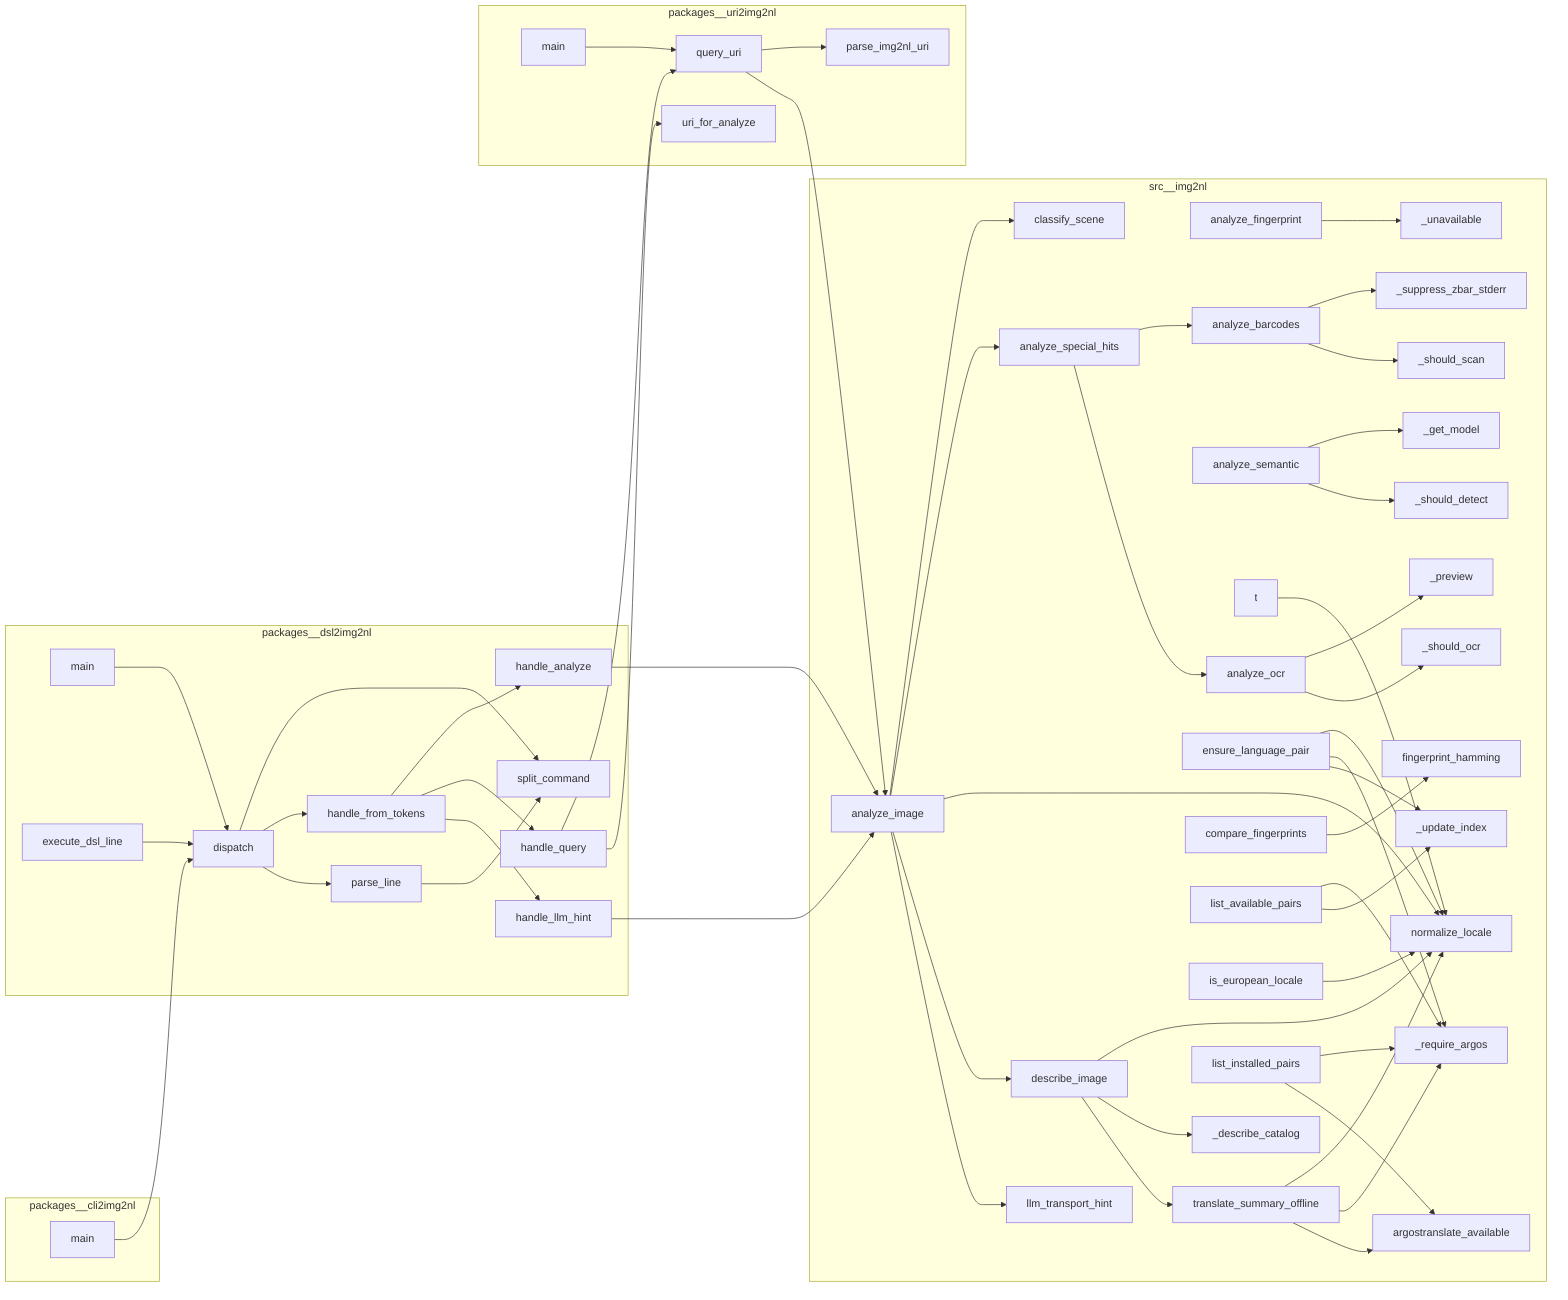
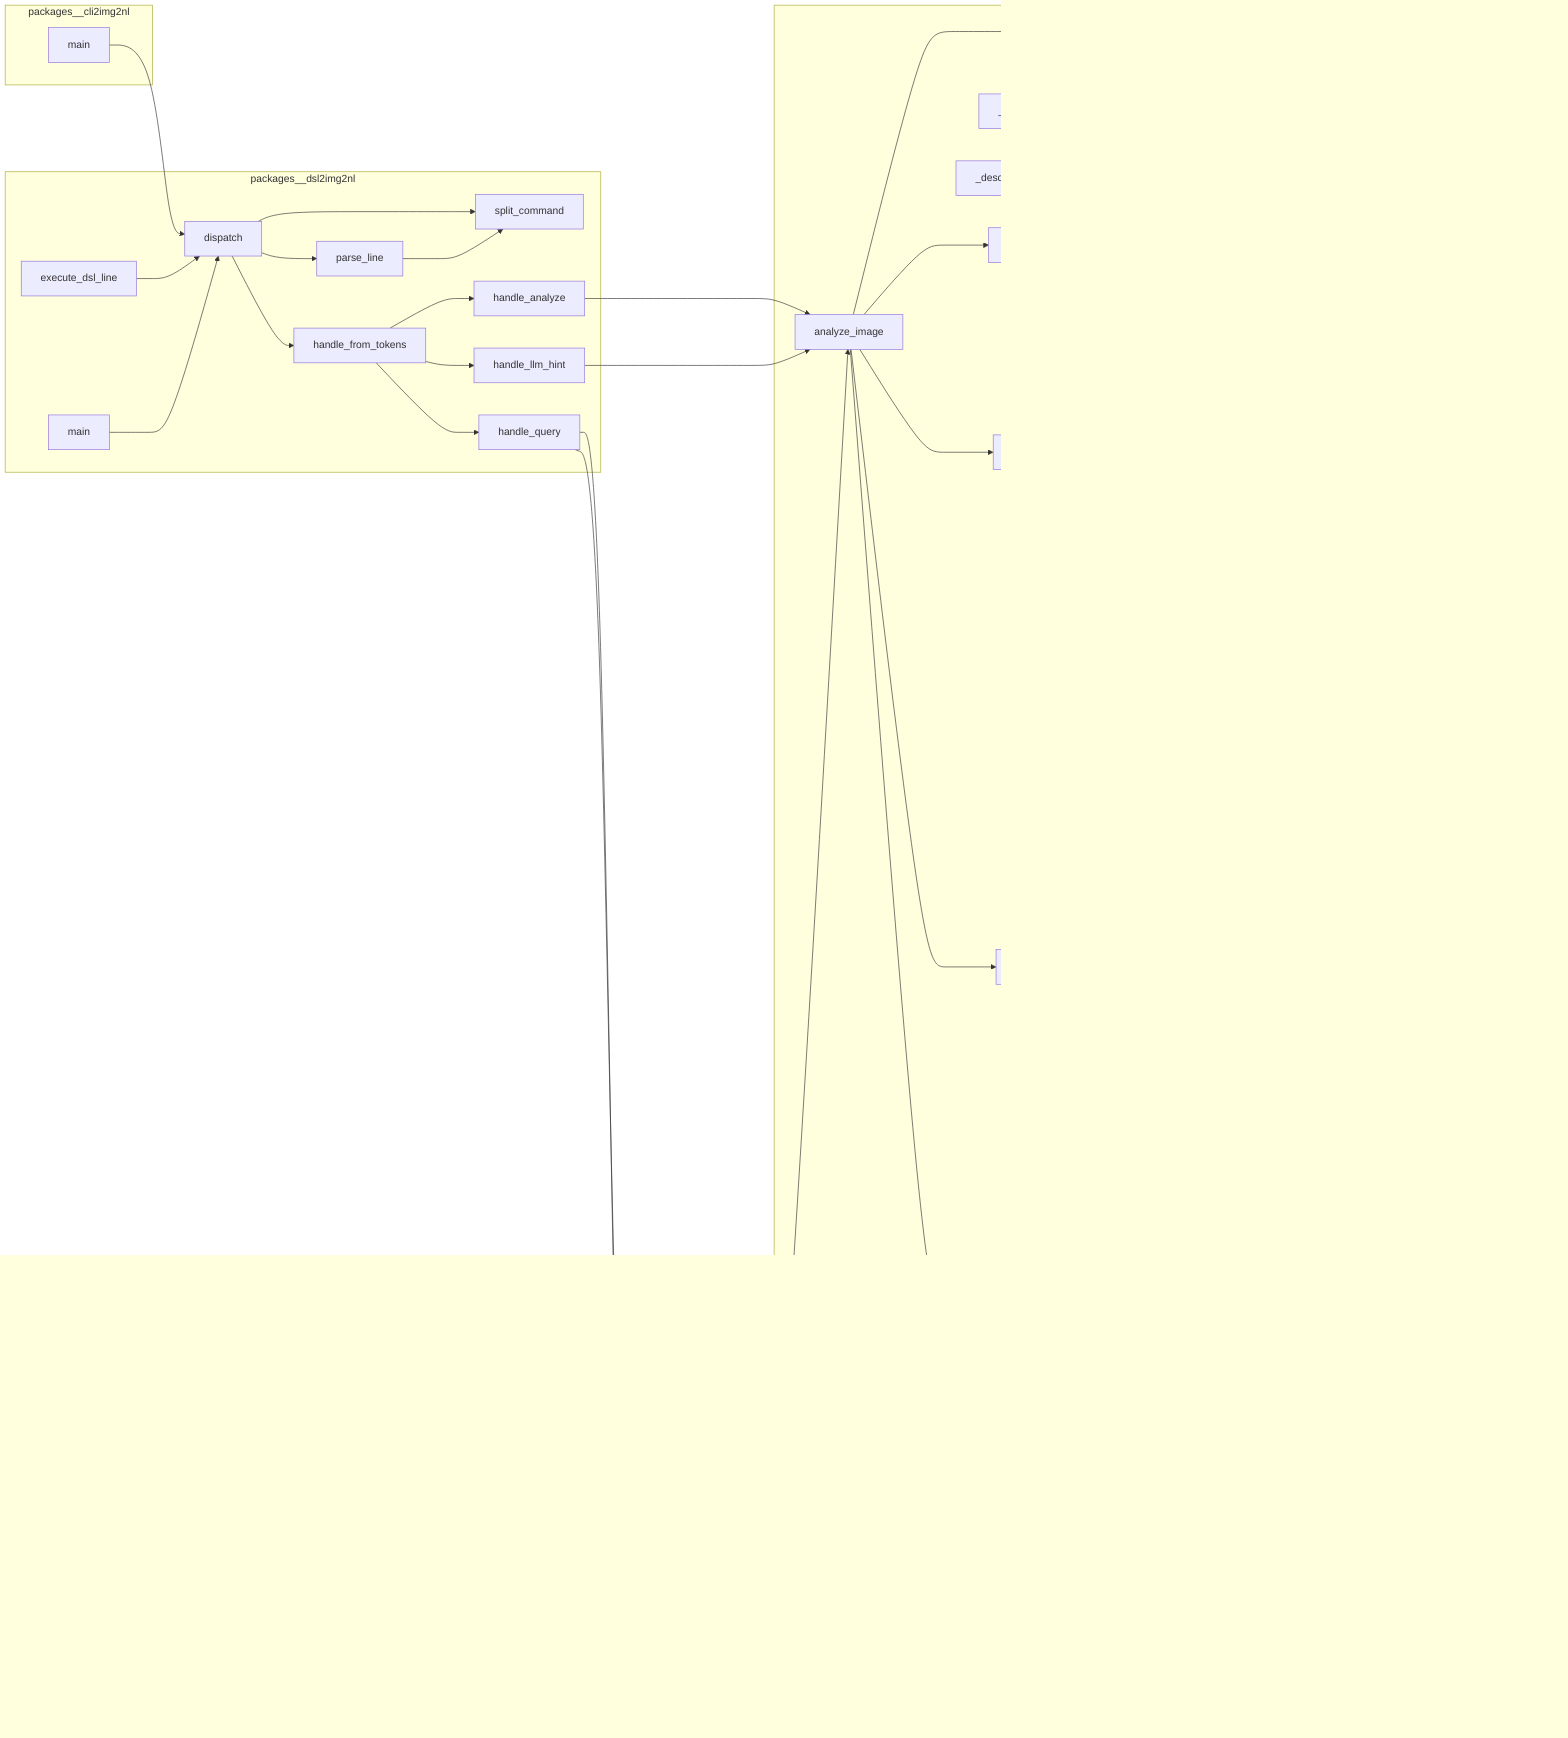
flowchart LR
%% generated in 0.01s
    subgraph packages__cli2img2nl
        packages__cli2img2nl__src__cli2img2nl__cli__main["main"]
    end
    subgraph packages__dsl2img2nl
+         packages__dsl2img2nl__src__dsl2img2nl__bus__dispatch["dispatch"]
        packages__dsl2img2nl__src__dsl2img2nl__cli__main["main"]
        packages__dsl2img2nl__src__dsl2img2nl__grammar__parse_line["parse_line"]
-         packages__dsl2img2nl__src__dsl2img2nl__bus__dispatch["dispatch"]
+         packages__dsl2img2nl__src__dsl2img2nl__grammar__split_command["split_command"]
+         packages__dsl2img2nl__src__dsl2img2nl__handlers__handle_llm_hint["handle_llm_hint"]
+         packages__dsl2img2nl__src__dsl2img2nl__bus__execute_dsl_line["execute_dsl_line"]
+         packages__dsl2img2nl__src__dsl2img2nl__handlers__handle_query["handle_query"]
+         packages__dsl2img2nl__src__dsl2img2nl__handlers__handle_from_tokens["handle_from_tokens"]
        packages__dsl2img2nl__src__dsl2img2nl__handlers__handle_analyze["handle_analyze"]
-         packages__dsl2img2nl__src__dsl2img2nl__handlers__handle_from_tokens["handle_from_tokens"]
-         packages__dsl2img2nl__src__dsl2img2nl__bus__execute_dsl_line["execute_dsl_line"]
-         packages__dsl2img2nl__src__dsl2img2nl__handlers__handle_llm_hint["handle_llm_hint"]
-         packages__dsl2img2nl__src__dsl2img2nl__grammar__split_command["split_command"]
-         packages__dsl2img2nl__src__dsl2img2nl__handlers__handle_query["handle_query"]
    end
    subgraph packages__uri2img2nl
        packages__uri2img2nl__src__uri2img2nl__uri__uri_for_analyze["uri_for_analyze"]
+         packages__uri2img2nl__src__uri2img2nl__cli__main["main"]
+         packages__uri2img2nl__src__uri2img2nl__query__query_uri["query_uri"]
        packages__uri2img2nl__src__uri2img2nl__uri__parse_img2nl_uri["parse_img2nl_uri"]
-         packages__uri2img2nl__src__uri2img2nl__query__query_uri["query_uri"]
-         packages__uri2img2nl__src__uri2img2nl__cli__main["main"]
    end
    subgraph src__img2nl
+         src__img2nl__i18n__offline__translate_summary_offline["translate_summary_offline"]
+         src__img2nl__features__special_hits__analyze_special_hits["analyze_special_hits"]
+         src__img2nl__i18n__locales__normalize_locale["normalize_locale"]
+         src__img2nl__describe___describe_catalog["_describe_catalog"]
+         src__img2nl__i18n__offline___update_index["_update_index"]
+         src__img2nl__features__scene___scene_general_fallback["_scene_general_fallback"]
+         src__img2nl__i18n__offline__list_installed_pairs["list_installed_pairs"]
+         src__img2nl__features__scene___scene_from_heuristics["_scene_from_heuristics"]
+         src__img2nl__i18n__offline__argostranslate_available["argostranslate_available"]
+         src__img2nl__features__ocr_text__analyze_ocr["analyze_ocr"]
+         src__img2nl__i18n__offline___require_argos["_require_argos"]
+         src__img2nl__i18n__offline__ensure_language_pair["ensure_language_pair"]
+         src__img2nl__describe___describe_brightness_dynamics["_describe_brightness_dynamics"]
+         src__img2nl__features__scene___scene_from_similarity["_scene_from_similarity"]
+         src__img2nl__features__semantic___get_model["_get_model"]
        src__img2nl__features__fingerprint__analyze_fingerprint["analyze_fingerprint"]
+         src__img2nl__describe___describe_color_parts["_describe_color_parts"]
+         src__img2nl__features__semantic___should_detect["_should_detect"]
+         src__img2nl__llm_gate__llm_transport_hint["llm_transport_hint"]
+         src__img2nl__i18n__locales__is_european_locale["is_european_locale"]
        src__img2nl__features__barcodes__analyze_barcodes["analyze_barcodes"]
-         src__img2nl__features__semantic___get_model["_get_model"]
        src__img2nl__features__barcodes___suppress_zbar_stderr["_suppress_zbar_stderr"]
-         src__img2nl__features__special_hits__analyze_special_hits["analyze_special_hits"]
-         src__img2nl__features__semantic__analyze_semantic["analyze_semantic"]
-         src__img2nl__i18n__translate__t["t"]
+         src__img2nl__analyze__analyze_image["analyze_image"]
+         src__img2nl__features__scene__classify_scene["classify_scene"]
        src__img2nl__features__ocr_text___should_ocr["_should_ocr"]
        src__img2nl__features__similarity__fingerprint_hamming["fingerprint_hamming"]
+         src__img2nl__features__ocr_text___preview["_preview"]
+         src__img2nl__features__semantic__analyze_semantic["analyze_semantic"]
+         src__img2nl__features__barcodes___should_scan["_should_scan"]
+         src__img2nl__features__scene___scene_dense_from_edges["_scene_dense_from_edges"]
+         src__img2nl__i18n__offline__list_available_pairs["list_available_pairs"]
+         src__img2nl__describe__describe_image["describe_image"]
        src__img2nl__features__fingerprint___unavailable["_unavailable"]
-         src__img2nl__i18n__offline__translate_summary_offline["translate_summary_offline"]
-         src__img2nl__i18n__offline__ensure_language_pair["ensure_language_pair"]
-         src__img2nl__features__ocr_text__analyze_ocr["analyze_ocr"]
        src__img2nl__features__similarity__compare_fingerprints["compare_fingerprints"]
-         src__img2nl__describe__describe_image["describe_image"]
-         src__img2nl__llm_gate__llm_transport_hint["llm_transport_hint"]
-         src__img2nl__i18n__offline__list_available_pairs["list_available_pairs"]
-         src__img2nl__i18n__locales__is_european_locale["is_european_locale"]
-         src__img2nl__features__barcodes___should_scan["_should_scan"]
-         src__img2nl__i18n__offline__argostranslate_available["argostranslate_available"]
-         src__img2nl__features__scene__classify_scene["classify_scene"]
-         src__img2nl__describe___describe_catalog["_describe_catalog"]
-         src__img2nl__i18n__offline___update_index["_update_index"]
-         src__img2nl__features__ocr_text___preview["_preview"]
-         src__img2nl__i18n__locales__normalize_locale["normalize_locale"]
-         src__img2nl__i18n__offline___require_argos["_require_argos"]
-         src__img2nl__analyze__analyze_image["analyze_image"]
-         src__img2nl__i18n__offline__list_installed_pairs["list_installed_pairs"]
-         src__img2nl__features__semantic___should_detect["_should_detect"]
+         src__img2nl__features__scene___scene_from_special["_scene_from_special"]
+         src__img2nl__i18n__translate__t["t"]
    end
+     packages__cli2img2nl__src__cli2img2nl__cli__main --> packages__dsl2img2nl__src__dsl2img2nl__bus__dispatch
+     packages__dsl2img2nl__src__dsl2img2nl__bus__dispatch --> packages__dsl2img2nl__src__dsl2img2nl__grammar__split_command
+     packages__dsl2img2nl__src__dsl2img2nl__bus__dispatch --> packages__dsl2img2nl__src__dsl2img2nl__handlers__handle_from_tokens
+     packages__dsl2img2nl__src__dsl2img2nl__bus__dispatch --> packages__dsl2img2nl__src__dsl2img2nl__grammar__parse_line
+     packages__dsl2img2nl__src__dsl2img2nl__bus__execute_dsl_line --> packages__dsl2img2nl__src__dsl2img2nl__bus__dispatch
+     packages__dsl2img2nl__src__dsl2img2nl__cli__main --> packages__dsl2img2nl__src__dsl2img2nl__bus__dispatch
    packages__dsl2img2nl__src__dsl2img2nl__handlers__handle_analyze --> src__img2nl__analyze__analyze_image
    packages__dsl2img2nl__src__dsl2img2nl__handlers__handle_query --> packages__uri2img2nl__src__uri2img2nl__query__query_uri
    packages__dsl2img2nl__src__dsl2img2nl__handlers__handle_query --> packages__uri2img2nl__src__uri2img2nl__uri__uri_for_analyze
    packages__dsl2img2nl__src__dsl2img2nl__handlers__handle_llm_hint --> src__img2nl__analyze__analyze_image
    packages__dsl2img2nl__src__dsl2img2nl__handlers__handle_from_tokens --> packages__dsl2img2nl__src__dsl2img2nl__handlers__handle_analyze
    packages__dsl2img2nl__src__dsl2img2nl__handlers__handle_from_tokens --> packages__dsl2img2nl__src__dsl2img2nl__handlers__handle_query
    packages__dsl2img2nl__src__dsl2img2nl__handlers__handle_from_tokens --> packages__dsl2img2nl__src__dsl2img2nl__handlers__handle_llm_hint
-     packages__dsl2img2nl__src__dsl2img2nl__cli__main --> packages__dsl2img2nl__src__dsl2img2nl__bus__dispatch
-     packages__dsl2img2nl__src__dsl2img2nl__bus__dispatch --> packages__dsl2img2nl__src__dsl2img2nl__grammar__split_command
-     packages__dsl2img2nl__src__dsl2img2nl__bus__dispatch --> packages__dsl2img2nl__src__dsl2img2nl__handlers__handle_from_tokens
-     packages__dsl2img2nl__src__dsl2img2nl__bus__dispatch --> packages__dsl2img2nl__src__dsl2img2nl__grammar__parse_line
-     packages__dsl2img2nl__src__dsl2img2nl__bus__execute_dsl_line --> packages__dsl2img2nl__src__dsl2img2nl__bus__dispatch
-     src__img2nl__features__ocr_text__analyze_ocr --> src__img2nl__features__ocr_text___preview
-     src__img2nl__features__ocr_text__analyze_ocr --> src__img2nl__features__ocr_text___should_ocr
-     src__img2nl__features__semantic__analyze_semantic --> src__img2nl__features__semantic___get_model
-     src__img2nl__features__semantic__analyze_semantic --> src__img2nl__features__semantic___should_detect
-     src__img2nl__features__fingerprint__analyze_fingerprint --> src__img2nl__features__fingerprint___unavailable
-     src__img2nl__features__similarity__compare_fingerprints --> src__img2nl__features__similarity__fingerprint_hamming
-     src__img2nl__features__special_hits__analyze_special_hits --> src__img2nl__features__barcodes__analyze_barcodes
-     src__img2nl__features__special_hits__analyze_special_hits --> src__img2nl__features__ocr_text__analyze_ocr
-     src__img2nl__i18n__translate__t --> src__img2nl__i18n__locales__normalize_locale
-     src__img2nl__features__barcodes__analyze_barcodes --> src__img2nl__features__barcodes___suppress_zbar_stderr
-     src__img2nl__features__barcodes__analyze_barcodes --> src__img2nl__features__barcodes___should_scan
-     src__img2nl__i18n__locales__is_european_locale --> src__img2nl__i18n__locales__normalize_locale
+     packages__dsl2img2nl__src__dsl2img2nl__grammar__parse_line --> packages__dsl2img2nl__src__dsl2img2nl__grammar__split_command
+     packages__uri2img2nl__src__uri2img2nl__cli__main --> packages__uri2img2nl__src__uri2img2nl__query__query_uri
+     packages__uri2img2nl__src__uri2img2nl__query__query_uri --> packages__uri2img2nl__src__uri2img2nl__uri__parse_img2nl_uri
+     packages__uri2img2nl__src__uri2img2nl__query__query_uri --> src__img2nl__analyze__analyze_image
    src__img2nl__analyze__analyze_image --> src__img2nl__features__scene__classify_scene
    src__img2nl__analyze__analyze_image --> src__img2nl__features__special_hits__analyze_special_hits
    src__img2nl__analyze__analyze_image --> src__img2nl__i18n__locales__normalize_locale
    src__img2nl__analyze__analyze_image --> src__img2nl__describe__describe_image
    src__img2nl__analyze__analyze_image --> src__img2nl__llm_gate__llm_transport_hint
-     packages__uri2img2nl__src__uri2img2nl__cli__main --> packages__uri2img2nl__src__uri2img2nl__query__query_uri
+     src__img2nl__features__ocr_text__analyze_ocr --> src__img2nl__features__ocr_text___preview
+     src__img2nl__features__ocr_text__analyze_ocr --> src__img2nl__features__ocr_text___should_ocr
+     src__img2nl__features__semantic__analyze_semantic --> src__img2nl__features__semantic___get_model
+     src__img2nl__features__semantic__analyze_semantic --> src__img2nl__features__semantic___should_detect
+     src__img2nl__features__similarity__compare_fingerprints --> src__img2nl__features__similarity__fingerprint_hamming
+     src__img2nl__features__fingerprint__analyze_fingerprint --> src__img2nl__features__fingerprint___unavailable
+     src__img2nl__features__barcodes__analyze_barcodes --> src__img2nl__features__barcodes___suppress_zbar_stderr
+     src__img2nl__features__barcodes__analyze_barcodes --> src__img2nl__features__barcodes___should_scan
+     src__img2nl__features__special_hits__analyze_special_hits --> src__img2nl__features__barcodes__analyze_barcodes
+     src__img2nl__features__special_hits__analyze_special_hits --> src__img2nl__features__ocr_text__analyze_ocr
+     src__img2nl__i18n__translate__t --> src__img2nl__i18n__locales__normalize_locale
+     src__img2nl__i18n__locales__is_european_locale --> src__img2nl__i18n__locales__normalize_locale
    src__img2nl__i18n__offline__list_installed_pairs --> src__img2nl__i18n__offline___require_argos
    src__img2nl__i18n__offline__list_installed_pairs --> src__img2nl__i18n__offline__argostranslate_available
    src__img2nl__i18n__offline__list_available_pairs --> src__img2nl__i18n__offline___require_argos
    src__img2nl__i18n__offline__list_available_pairs --> src__img2nl__i18n__offline___update_index
    src__img2nl__i18n__offline__ensure_language_pair --> src__img2nl__i18n__locales__normalize_locale
    src__img2nl__i18n__offline__ensure_language_pair --> src__img2nl__i18n__offline___require_argos
    src__img2nl__i18n__offline__ensure_language_pair --> src__img2nl__i18n__offline___update_index
    src__img2nl__i18n__offline__translate_summary_offline --> src__img2nl__i18n__locales__normalize_locale
    src__img2nl__i18n__offline__translate_summary_offline --> src__img2nl__i18n__offline___require_argos
    src__img2nl__i18n__offline__translate_summary_offline --> src__img2nl__i18n__offline__argostranslate_available
-     packages__dsl2img2nl__src__dsl2img2nl__grammar__parse_line --> packages__dsl2img2nl__src__dsl2img2nl__grammar__split_command
-     packages__cli2img2nl__src__cli2img2nl__cli__main --> packages__dsl2img2nl__src__dsl2img2nl__bus__dispatch
+     src__img2nl__describe___describe_color_parts --> src__img2nl__i18n__translate__t
+     src__img2nl__describe___describe_brightness_dynamics --> src__img2nl__i18n__translate__t
    src__img2nl__describe__describe_image --> src__img2nl__i18n__locales__normalize_locale
    src__img2nl__describe__describe_image --> src__img2nl__describe___describe_catalog
    src__img2nl__describe__describe_image --> src__img2nl__i18n__offline__translate_summary_offline
-     packages__uri2img2nl__src__uri2img2nl__query__query_uri --> packages__uri2img2nl__src__uri2img2nl__uri__parse_img2nl_uri
-     packages__uri2img2nl__src__uri2img2nl__query__query_uri --> src__img2nl__analyze__analyze_image
+     src__img2nl__features__scene___scene_from_heuristics --> src__img2nl__features__scene___scene_general_fallback
+     src__img2nl__features__scene___scene_from_heuristics --> src__img2nl__features__scene___scene_dense_from_edges
+     src__img2nl__features__scene__classify_scene --> src__img2nl__features__scene___scene_from_heuristics
+     src__img2nl__features__scene__classify_scene --> src__img2nl__features__scene___scene_from_similarity
+     src__img2nl__features__scene__classify_scene --> src__img2nl__features__scene___scene_from_special
